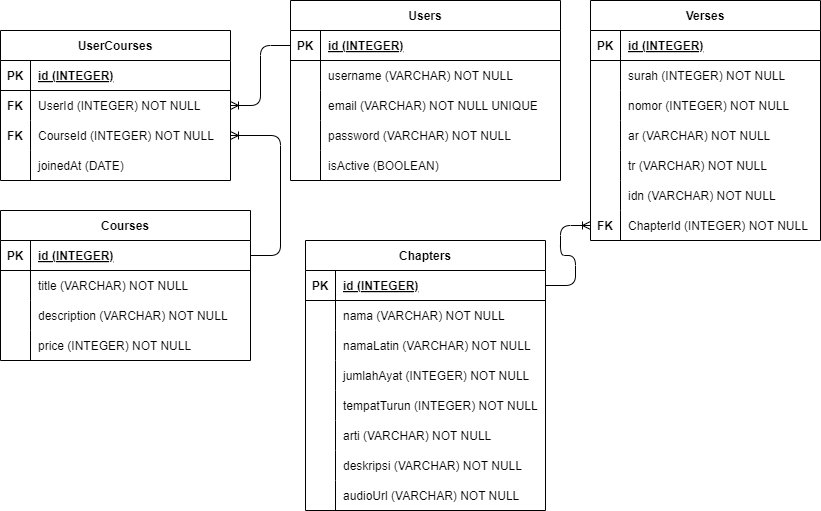
Before: server/schema/schema.drawio.png, a diagram exported from draw.io (MuhammadFarhanRosidi/quran-ai-chatbot). Source tidied: cells renumbered, new cells last; positions are measured from the earlier drawing's top-left corner, leaving out a move shared by most shapes.
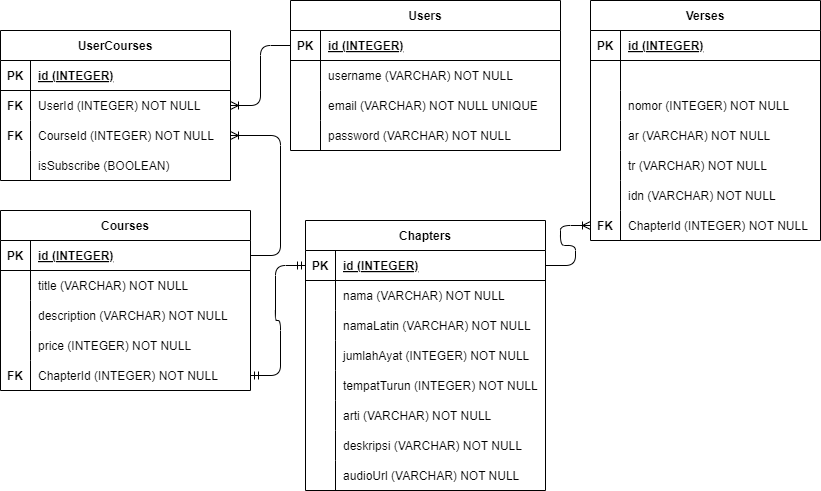
After the change.

Commit message:
fix: add a field isSubscribe in table UserCourses and delete field isActive from Users. Add a relations one to one between Courses and Chapters and delete field surah in table Verses

Change to the diagram source:
```diff
@@ -20,7 +20,7 @@
     <mxCell id="7" style="shape=partialRectangle;fillColor=none;top=0;left=0;bottom=0;right=0;overflow=hidden;" parent="6" vertex="1">
       <mxGeometry width="30" height="30" as="geometry" />
     </mxCell>
-    <mxCell id="8" value="surah (INTEGER) NOT NULL" style="shape=partialRectangle;fillColor=none;top=0;left=0;bottom=0;right=0;align=left;spacingLeft=6;overflow=hidden;" parent="6" vertex="1">
+    <mxCell id="8" style="shape=partialRectangle;fillColor=none;top=0;left=0;bottom=0;right=0;align=left;spacingLeft=6;overflow=hidden;" parent="6" vertex="1">
       <mxGeometry x="30" width="200" height="30" as="geometry" />
     </mxCell>
     <mxCell id="9" style="shape=tableRow;horizontal=0;startSize=0;swimlaneHead=0;swimlaneBody=0;fillColor=none;top=0;left=0;right=0;bottom=0;" parent="2" vertex="1">
@@ -69,7 +69,7 @@
       <mxGeometry x="30" width="200" height="30" as="geometry" />
     </mxCell>
     <mxCell id="24" value="Users" style="shape=table;startSize=30;rowLines=0;fontStyle=1;align=center;" parent="1" vertex="1">
-      <mxGeometry x="290" width="270" height="180" as="geometry" />
+      <mxGeometry x="290" width="270" height="150" as="geometry" />
     </mxCell>
     <mxCell id="25" style="shape=tableRow;horizontal=0;startSize=0;swimlaneHead=0;swimlaneBody=0;fillColor=none;points=[[0,0.5],[1,0.5]];portConstraint=eastwest;top=0;left=0;right=0;bottom=1;" parent="24" vertex="1">
       <mxGeometry y="30" width="270" height="30" as="geometry" />
@@ -107,17 +107,8 @@
     <mxCell id="36" value="password (VARCHAR) NOT NULL" style="shape=partialRectangle;fillColor=none;top=0;left=0;bottom=0;right=0;align=left;spacingLeft=6;overflow=hidden;" parent="34" vertex="1">
       <mxGeometry x="30" width="240" height="30" as="geometry" />
     </mxCell>
-    <mxCell id="37" style="shape=tableRow;horizontal=0;startSize=0;swimlaneHead=0;swimlaneBody=0;fillColor=none;top=0;left=0;right=0;bottom=0;" parent="24" vertex="1">
-      <mxGeometry y="150" width="270" height="30" as="geometry" />
-    </mxCell>
-    <mxCell id="38" style="shape=partialRectangle;fillColor=none;top=0;left=0;bottom=0;right=0;overflow=hidden;" parent="37" vertex="1">
-      <mxGeometry width="30" height="30" as="geometry" />
-    </mxCell>
-    <mxCell id="39" value="isActive (BOOLEAN)" style="shape=partialRectangle;fillColor=none;top=0;left=0;bottom=0;right=0;align=left;spacingLeft=6;overflow=hidden;" parent="37" vertex="1">
-      <mxGeometry x="30" width="240" height="30" as="geometry" />
-    </mxCell>
     <mxCell id="40" value="Chapters" style="shape=table;startSize=30;rowLines=0;fontStyle=1;align=center;" parent="1" vertex="1">
-      <mxGeometry x="305" y="240" width="240" height="270" as="geometry" />
+      <mxGeometry x="305" y="220" width="240" height="270" as="geometry" />
     </mxCell>
     <mxCell id="41" style="shape=tableRow;horizontal=0;startSize=0;swimlaneHead=0;swimlaneBody=0;fillColor=none;points=[[0,0.5],[1,0.5]];portConstraint=eastwest;top=0;left=0;right=0;bottom=1;" parent="40" vertex="1">
       <mxGeometry y="30" width="240" height="30" as="geometry" />
@@ -192,7 +183,7 @@
       <mxGeometry x="30" width="210" height="30" as="geometry" />
     </mxCell>
     <mxCell id="65" value="Courses" style="shape=table;startSize=30;rowLines=0;fontStyle=1;align=center;" parent="1" vertex="1">
-      <mxGeometry y="210" width="250" height="150" as="geometry" />
+      <mxGeometry y="210" width="250" height="180" as="geometry" />
     </mxCell>
     <mxCell id="66" style="shape=tableRow;horizontal=0;startSize=0;swimlaneHead=0;swimlaneBody=0;fillColor=none;points=[[0,0.5],[1,0.5]];portConstraint=eastwest;top=0;left=0;right=0;bottom=1;" parent="65" vertex="1">
       <mxGeometry y="30" width="250" height="30" as="geometry" />
@@ -230,6 +221,15 @@
     <mxCell id="77" value="price (INTEGER) NOT NULL" style="shape=partialRectangle;fillColor=none;top=0;left=0;bottom=0;right=0;align=left;spacingLeft=6;overflow=hidden;" parent="75" vertex="1">
       <mxGeometry x="30" width="220" height="30" as="geometry" />
     </mxCell>
+    <mxCell id="94" style="shape=tableRow;horizontal=0;startSize=0;swimlaneHead=0;swimlaneBody=0;fillColor=none;points=[[0,0.5],[1,0.5]];portConstraint=eastwest;top=0;left=0;right=0;bottom=0;" parent="65" vertex="1">
+      <mxGeometry y="150" width="250" height="30" as="geometry" />
+    </mxCell>
+    <mxCell id="95" value="FK" style="shape=partialRectangle;fillColor=none;top=0;left=0;bottom=0;right=0;overflow=hidden;fontStyle=1;" parent="94" vertex="1">
+      <mxGeometry width="30" height="30" as="geometry" />
+    </mxCell>
+    <mxCell id="96" value="ChapterId (INTEGER) NOT NULL" style="shape=partialRectangle;fillColor=none;top=0;left=0;bottom=0;right=0;align=left;spacingLeft=6;overflow=hidden;" parent="94" vertex="1">
+      <mxGeometry x="30" width="220" height="30" as="geometry" />
+    </mxCell>
     <mxCell id="78" style="edgeStyle=entityRelationEdgeStyle;fontSize=12;html=1;endArrow=ERoneToMany;" parent="1" edge="1" source="25" target="84">
       <mxGeometry relative="1" as="geometry" />
     </mxCell>
@@ -272,11 +272,14 @@
     <mxCell id="91" style="shape=partialRectangle;fillColor=none;top=0;left=0;bottom=0;right=0;overflow=hidden;" parent="90" vertex="1">
       <mxGeometry width="30" height="30" as="geometry" />
     </mxCell>
-    <mxCell id="92" value="joinedAt (DATE)" style="shape=partialRectangle;fillColor=none;top=0;left=0;bottom=0;right=0;align=left;spacingLeft=6;overflow=hidden;" parent="90" vertex="1">
+    <mxCell id="92" value="isSubscribe (BOOLEAN)" style="shape=partialRectangle;fillColor=none;top=0;left=0;bottom=0;right=0;align=left;spacingLeft=6;overflow=hidden;" parent="90" vertex="1">
       <mxGeometry x="30" width="200" height="30" as="geometry" />
     </mxCell>
     <mxCell id="93" style="edgeStyle=entityRelationEdgeStyle;fontSize=12;html=1;endArrow=ERoneToMany;" parent="1" edge="1" source="66" target="87">
       <mxGeometry relative="1" as="geometry" />
     </mxCell>
+    <mxCell id="97" style="edgeStyle=entityRelationEdgeStyle;fontSize=12;html=1;endArrow=ERmandOne;startArrow=ERmandOne;" parent="1" edge="1" source="94" target="41">
+      <mxGeometry relative="1" as="geometry" />
+    </mxCell>
   </root>
 </mxGraphModel>
```
